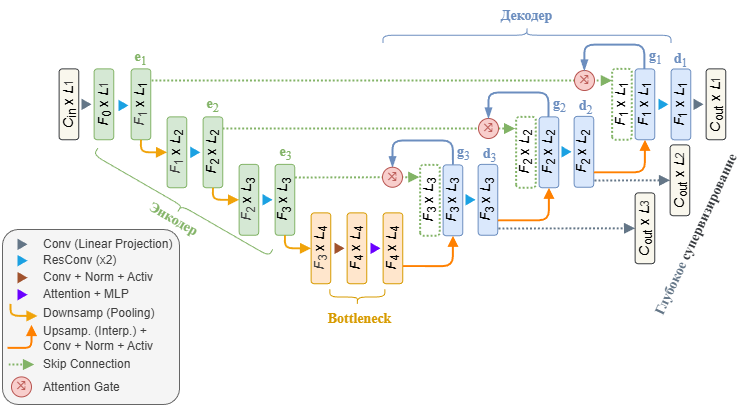
The draw.io diagram images/parametersEstimation/model_block_diagram.drawio.png in romangorbunov91/master-thesis-2026, before a commit. Source tidied: cells renumbered, new cells last; positions are measured from the earlier drawing's top-left corner, leaving out a move shared by most shapes.
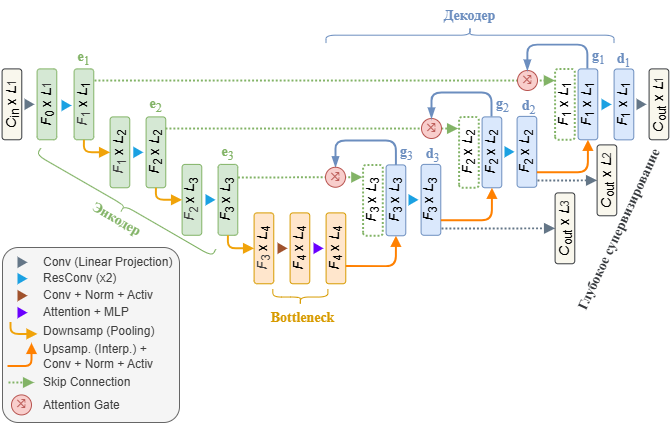
The same diagram one commit later.

The edit, as a diff of the source:
```diff
@@ -3,7 +3,7 @@
     <mxCell id="0" />
     <mxCell id="1" parent="0" />
     <mxCell id="2" style="rounded=1;whiteSpace=wrap;html=1;fillColor=#f5f5f5;strokeColor=#666666;arcSize=9;fontColor=#333333;" parent="1" vertex="1">
-      <mxGeometry y="338" width="177" height="175" as="geometry" />
+      <mxGeometry x="57" y="356" width="177" height="175" as="geometry" />
     </mxCell>
     <mxCell id="3" value="&lt;font style=&quot;font-size: 14px; line-height: 100%;&quot;&gt;&lt;i&gt;C&lt;/i&gt;&lt;sub style=&quot;line-height: 100%;&quot;&gt;in&lt;/sub&gt; x &lt;i&gt;L&lt;/i&gt;&lt;/font&gt;&lt;span style=&quot;color: rgb(63, 63, 63); font-size: 11.6667px;&quot;&gt;1&lt;/span&gt;" style="rounded=1;whiteSpace=wrap;html=1;rotation=-90;fillColor=#f9f7ed;strokeColor=#36393d;glass=0;" parent="1" vertex="1">
       <mxGeometry x="31" y="203" width="70.9" height="19.7" as="geometry" />
@@ -149,68 +149,68 @@
       <mxGeometry x="678" y="203" width="70.9" height="19.7" as="geometry" />
     </mxCell>
     <mxCell id="49" style="triangle;whiteSpace=wrap;html=1;fillColor=#647687;fontColor=#ffffff;strokeColor=none;" parent="1" vertex="1">
-      <mxGeometry x="15" y="347.1" width="10" height="11.5" as="geometry" />
+      <mxGeometry x="72" y="365.1" width="10" height="11.5" as="geometry" />
     </mxCell>
     <mxCell id="50" style="triangle;whiteSpace=wrap;html=1;fillColor=#1ba1e2;fontColor=#ffffff;strokeColor=none;" parent="1" vertex="1">
-      <mxGeometry x="15" y="363.4" width="10" height="11.5" as="geometry" />
+      <mxGeometry x="72" y="381.4" width="10" height="11.5" as="geometry" />
     </mxCell>
     <mxCell id="51" style="triangle;whiteSpace=wrap;html=1;fillColor=#a0522d;fontColor=#ffffff;strokeColor=none;" parent="1" vertex="1">
-      <mxGeometry x="15" y="380.4" width="10" height="11.5" as="geometry" />
+      <mxGeometry x="72" y="398.4" width="10" height="11.5" as="geometry" />
     </mxCell>
     <mxCell id="52" style="triangle;whiteSpace=wrap;html=1;fillColor=#6a00ff;fontColor=#ffffff;strokeColor=none;" parent="1" vertex="1">
-      <mxGeometry x="15" y="397.4" width="10" height="11.5" as="geometry" />
+      <mxGeometry x="72" y="415.4" width="10" height="11.5" as="geometry" />
     </mxCell>
     <mxCell id="53" style="edgeStyle=orthogonalEdgeStyle;html=1;strokeColor=#F0A30A;fillColor=#f0a30a;endArrow=block;endFill=1;strokeWidth=1.9685;exitX=0;exitY=0.5;exitDx=0;exitDy=0;entryX=0.5;entryY=0;entryDx=0;entryDy=0;" parent="1" edge="1">
       <mxGeometry relative="1" as="geometry">
-        <mxPoint x="8" y="412.4" as="sourcePoint" />
-        <mxPoint x="35" y="424.4" as="targetPoint" />
+        <mxPoint x="65" y="430.4" as="sourcePoint" />
+        <mxPoint x="92" y="442.4" as="targetPoint" />
         <Array as="points">
-          <mxPoint x="7.5" y="424.4" />
+          <mxPoint x="64.5" y="442.4" />
         </Array>
       </mxGeometry>
     </mxCell>
     <mxCell id="54" style="edgeStyle=orthogonalEdgeStyle;html=1;strokeColor=#FF8000;fillColor=#fa6800;endArrow=block;endFill=1;strokeWidth=1.9685;entryX=0;entryY=0.5;entryDx=0;entryDy=0;" parent="1" edge="1">
       <mxGeometry relative="1" as="geometry">
-        <mxPoint x="5" y="456.4" as="sourcePoint" />
-        <mxPoint x="29" y="433.4" as="targetPoint" />
+        <mxPoint x="62" y="474.4" as="sourcePoint" />
+        <mxPoint x="86" y="451.4" as="targetPoint" />
         <Array as="points">
-          <mxPoint x="7" y="456.4" />
-          <mxPoint x="29" y="456.4" />
+          <mxPoint x="64" y="474.4" />
+          <mxPoint x="86" y="474.4" />
         </Array>
       </mxGeometry>
     </mxCell>
     <mxCell id="55" value="&lt;span style=&quot;font-family: ui-monospace, SFMono-Regular, &amp;quot;SF Mono&amp;quot;, Menlo, Consolas, &amp;quot;Liberation Mono&amp;quot;, monospace; font-size: 14px; letter-spacing: -0.56px; text-align: start; white-space-collapse: preserve-breaks; line-height: 100%;&quot;&gt;&lt;font style=&quot;color: rgb(184, 84, 80);&quot;&gt;⤨&lt;/font&gt;&lt;/span&gt;" style="ellipse;whiteSpace=wrap;html=1;fillColor=#f8cecc;strokeColor=#b85450;" parent="1" vertex="1">
-      <mxGeometry x="9" y="485.4" width="20" height="20" as="geometry" />
+      <mxGeometry x="66" y="503.4" width="20" height="20" as="geometry" />
     </mxCell>
     <mxCell id="56" style="edgeStyle=none;html=1;rounded=0;curved=0;fillColor=#d5e8d4;strokeColor=#82b366;strokeWidth=1.9685;endArrow=block;endFill=1;dashed=1;dashPattern=1 1;" parent="1" edge="1">
       <mxGeometry relative="1" as="geometry">
-        <mxPoint x="6" y="473" as="sourcePoint" />
-        <mxPoint x="31.6" y="473" as="targetPoint" />
+        <mxPoint x="63" y="491" as="sourcePoint" />
+        <mxPoint x="88.6" y="491" as="targetPoint" />
       </mxGeometry>
     </mxCell>
     <mxCell id="57" value="&lt;span style=&quot;color: rgb(63, 63, 63);&quot;&gt;&lt;font&gt;Conv (Linear Projection)&lt;/font&gt;&lt;/span&gt;" style="text;html=1;align=left;verticalAlign=middle;whiteSpace=wrap;rounded=0;" parent="1" vertex="1">
-      <mxGeometry x="39" y="342.8" width="135" height="20" as="geometry" />
+      <mxGeometry x="96" y="360.8" width="135" height="20" as="geometry" />
     </mxCell>
     <mxCell id="58" value="&lt;span style=&quot;color: rgb(63, 63, 63);&quot;&gt;&lt;font&gt;ResConv (x2)&lt;/font&gt;&lt;/span&gt;" style="text;html=1;align=left;verticalAlign=middle;whiteSpace=wrap;rounded=0;" parent="1" vertex="1">
-      <mxGeometry x="39" y="359.1" width="135" height="20" as="geometry" />
+      <mxGeometry x="96" y="377.1" width="135" height="20" as="geometry" />
     </mxCell>
     <mxCell id="59" value="&lt;span style=&quot;color: rgb(63, 63, 63);&quot;&gt;&lt;font&gt;Attention Gate&lt;/font&gt;&lt;/span&gt;" style="text;html=1;align=left;verticalAlign=middle;whiteSpace=wrap;rounded=0;" parent="1" vertex="1">
-      <mxGeometry x="39" y="486" width="135" height="20" as="geometry" />
+      <mxGeometry x="96" y="504" width="135" height="20" as="geometry" />
     </mxCell>
     <mxCell id="60" value="&lt;span style=&quot;color: rgb(63, 63, 63);&quot;&gt;&lt;font&gt;Attention + MLP&lt;/font&gt;&lt;/span&gt;" style="text;html=1;align=left;verticalAlign=middle;whiteSpace=wrap;rounded=0;" parent="1" vertex="1">
-      <mxGeometry x="39" y="393" width="135" height="20" as="geometry" />
+      <mxGeometry x="96" y="411" width="135" height="20" as="geometry" />
     </mxCell>
     <mxCell id="61" value="&lt;span style=&quot;color: rgb(63, 63, 63);&quot;&gt;&lt;font&gt;Conv + Norm + Activ&lt;/font&gt;&lt;/span&gt;" style="text;html=1;align=left;verticalAlign=middle;whiteSpace=wrap;rounded=0;" parent="1" vertex="1">
-      <mxGeometry x="39" y="376" width="135" height="20" as="geometry" />
+      <mxGeometry x="96" y="394" width="135" height="20" as="geometry" />
     </mxCell>
     <mxCell id="62" value="&lt;span style=&quot;color: rgb(63, 63, 63);&quot;&gt;&lt;font&gt;Skip Connection&lt;/font&gt;&lt;/span&gt;" style="text;html=1;align=left;verticalAlign=middle;whiteSpace=wrap;rounded=0;" parent="1" vertex="1">
-      <mxGeometry x="39" y="463" width="135" height="20" as="geometry" />
+      <mxGeometry x="96" y="481" width="135" height="20" as="geometry" />
     </mxCell>
     <mxCell id="63" value="&lt;span style=&quot;color: rgb(63, 63, 63);&quot;&gt;&lt;font&gt;Downsamp (Pooling)&lt;/font&gt;&lt;/span&gt;" style="text;html=1;align=left;verticalAlign=middle;whiteSpace=wrap;rounded=0;" parent="1" vertex="1">
-      <mxGeometry x="39" y="412" width="135" height="20" as="geometry" />
+      <mxGeometry x="96" y="430" width="135" height="20" as="geometry" />
     </mxCell>
     <mxCell id="64" value="&lt;span style=&quot;color: rgb(63, 63, 63);&quot;&gt;&lt;font&gt;Upsamp. (Interp.) + Conv&lt;/font&gt;&lt;/span&gt;&lt;span style=&quot;color: rgb(63, 63, 63);&quot;&gt;&amp;nbsp;+ Norm + Activ&lt;/span&gt;" style="text;html=1;align=left;verticalAlign=middle;whiteSpace=wrap;rounded=0;" parent="1" vertex="1">
-      <mxGeometry x="39" y="437" width="120" height="20" as="geometry" />
+      <mxGeometry x="96" y="455" width="120" height="20" as="geometry" />
     </mxCell>
     <mxCell id="65" value="&lt;span style=&quot;font-family: ui-monospace, SFMono-Regular, &amp;quot;SF Mono&amp;quot;, Menlo, Consolas, &amp;quot;Liberation Mono&amp;quot;, monospace; font-size: 14px; letter-spacing: -0.56px; text-align: start; white-space-collapse: preserve-breaks; line-height: 100%;&quot;&gt;&lt;font style=&quot;color: rgb(184, 84, 80);&quot;&gt;⤨&lt;/font&gt;&lt;/span&gt;" style="ellipse;whiteSpace=wrap;html=1;fillColor=#f8cecc;strokeColor=#b85450;" parent="1" vertex="1">
       <mxGeometry x="572" y="179" width="20" height="20" as="geometry" />
@@ -220,8 +220,8 @@
         <mxPoint x="496" y="337" as="sourcePoint" />
       </mxGeometry>
     </mxCell>
-    <mxCell id="67" value="&lt;div style=&quot;line-height: 90%;&quot;&gt;&lt;font style=&quot;color: rgb(54, 57, 61);&quot;&gt;&lt;span style=&quot;background-color: transparent; font-size: 14px; text-wrap-mode: wrap; line-height: 90%;&quot;&gt;&lt;font face=&quot;Times New Roman&quot; style=&quot;color: rgb(100, 118, 135);&quot;&gt;&lt;b style=&quot;&quot;&gt;Глубокое&amp;nbsp;&lt;/b&gt;&lt;/font&gt;&lt;/span&gt;&lt;b style=&quot;font-family: &amp;quot;Times New Roman&amp;quot;; background-color: transparent; font-size: 14px; text-wrap-mode: wrap;&quot;&gt;супервизирование&lt;/b&gt;&lt;/font&gt;&lt;/div&gt;" style="text;html=1;align=center;verticalAlign=middle;strokeColor=none;fillColor=none;rotation=-65;" parent="1" vertex="1">
-      <mxGeometry x="595" y="330" width="195" height="27" as="geometry" />
+    <mxCell id="67" value="&lt;div style=&quot;line-height: 90%;&quot;&gt;&lt;font style=&quot;color: rgb(54, 57, 61);&quot;&gt;&lt;span style=&quot;background-color: transparent; font-size: 14px; text-wrap-mode: wrap; line-height: 90%;&quot;&gt;&lt;font face=&quot;Times New Roman&quot;&gt;&lt;b style=&quot;&quot;&gt;Глубокое&amp;nbsp;&lt;/b&gt;&lt;/font&gt;&lt;/span&gt;&lt;b style=&quot;font-family: &amp;quot;Times New Roman&amp;quot;; background-color: transparent; font-size: 14px; text-wrap-mode: wrap;&quot;&gt;супервизирование&lt;/b&gt;&lt;/font&gt;&lt;/div&gt;" style="text;html=1;align=center;verticalAlign=middle;strokeColor=none;fillColor=none;rotation=-65;" parent="1" vertex="1">
+      <mxGeometry x="575" y="325" width="195" height="27" as="geometry" />
     </mxCell>
     <mxCell id="68" style="triangle;whiteSpace=wrap;html=1;fillColor=#1ba1e2;fontColor=#ffffff;strokeColor=none;" parent="1" vertex="1">
       <mxGeometry x="656" y="207.2" width="10" height="11.5" as="geometry" />
@@ -281,10 +281,10 @@
       </mxGeometry>
     </mxCell>
     <mxCell id="82" value="&lt;font style=&quot;font-size: 14px; line-height: 100%;&quot;&gt;&lt;i&gt;C&lt;/i&gt;&lt;sub style=&quot;line-height: 100%;&quot;&gt;out&lt;/sub&gt;&amp;nbsp;x &lt;i&gt;L&lt;/i&gt;&lt;/font&gt;&lt;span style=&quot;color: rgb(63, 63, 63); font-size: 11.6667px;&quot;&gt;2&lt;/span&gt;" style="rounded=1;whiteSpace=wrap;html=1;rotation=-90;fillColor=#f9f7ed;strokeColor=#36393d;glass=0;" parent="1" vertex="1">
-      <mxGeometry x="642" y="279" width="70.9" height="19.7" as="geometry" />
+      <mxGeometry x="626" y="279" width="70.9" height="19.7" as="geometry" />
     </mxCell>
     <mxCell id="83" value="&lt;font style=&quot;font-size: 14px; line-height: 100%;&quot;&gt;&lt;i&gt;C&lt;/i&gt;&lt;sub style=&quot;line-height: 100%;&quot;&gt;out&lt;/sub&gt;&amp;nbsp;x &lt;i&gt;L&lt;/i&gt;&lt;/font&gt;&lt;span style=&quot;color: rgb(63, 63, 63); font-size: 11.6667px;&quot;&gt;3&lt;/span&gt;" style="rounded=1;whiteSpace=wrap;html=1;rotation=-90;fillColor=#f9f7ed;strokeColor=#36393d;glass=0;" parent="1" vertex="1">
-      <mxGeometry x="607" y="327" width="70.9" height="19.7" as="geometry" />
+      <mxGeometry x="584" y="327" width="70.9" height="19.7" as="geometry" />
     </mxCell>
   </root>
 </mxGraphModel>
```
